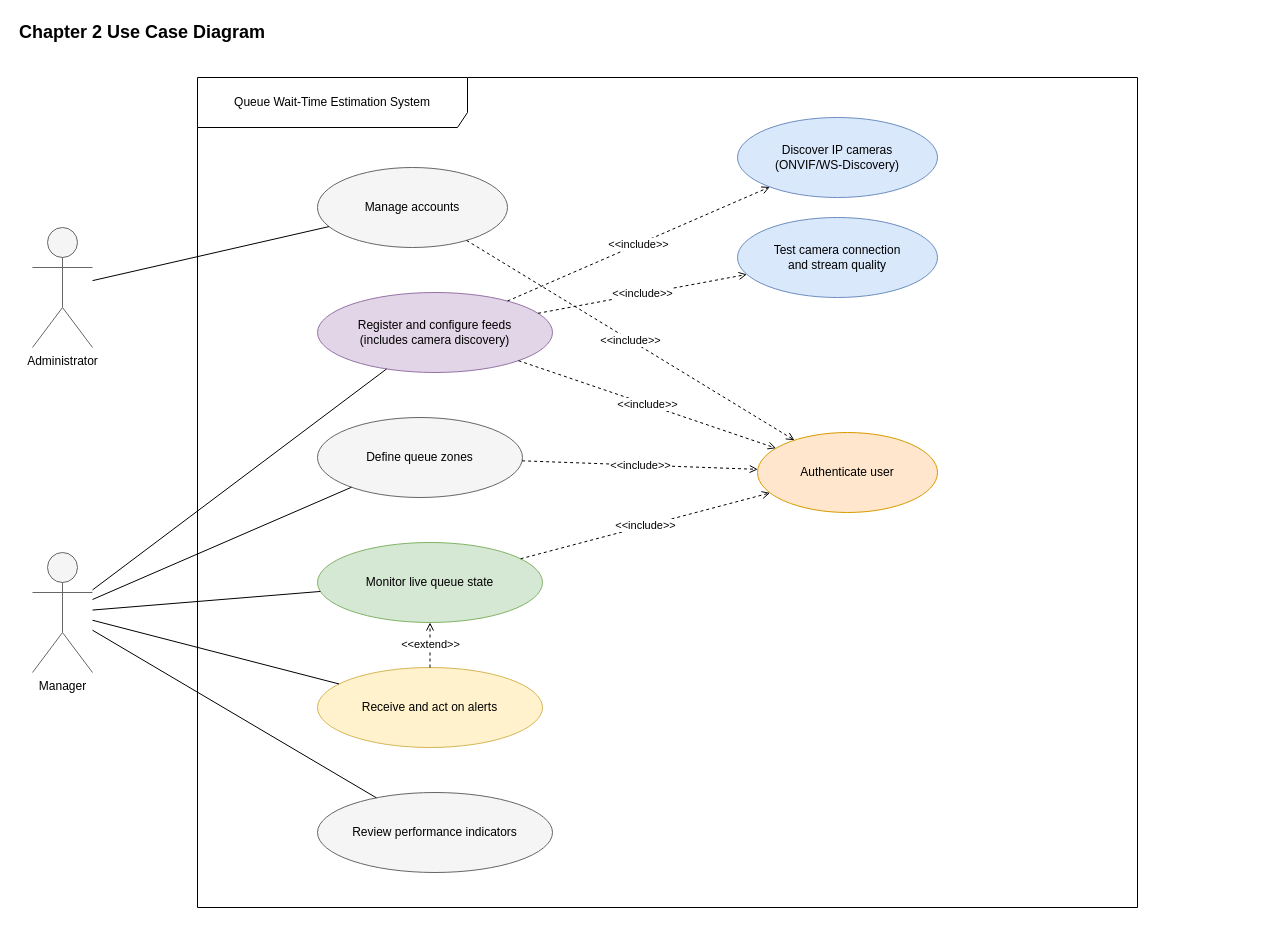
Before: report-latex/figures/drawio/chapter2_use_case.drawio in Salmen-BA21/Queue-Wait-Time-Estimation, a draw.io diagram. Source tidied: cells renumbered, new cells numbered last; positions are measured from the earlier drawing's top-left corner, leaving out a move shared by most shapes. Both pictures are drawn from the tidied source at 100%, with x=0, y=0 at pixel (17, 17).
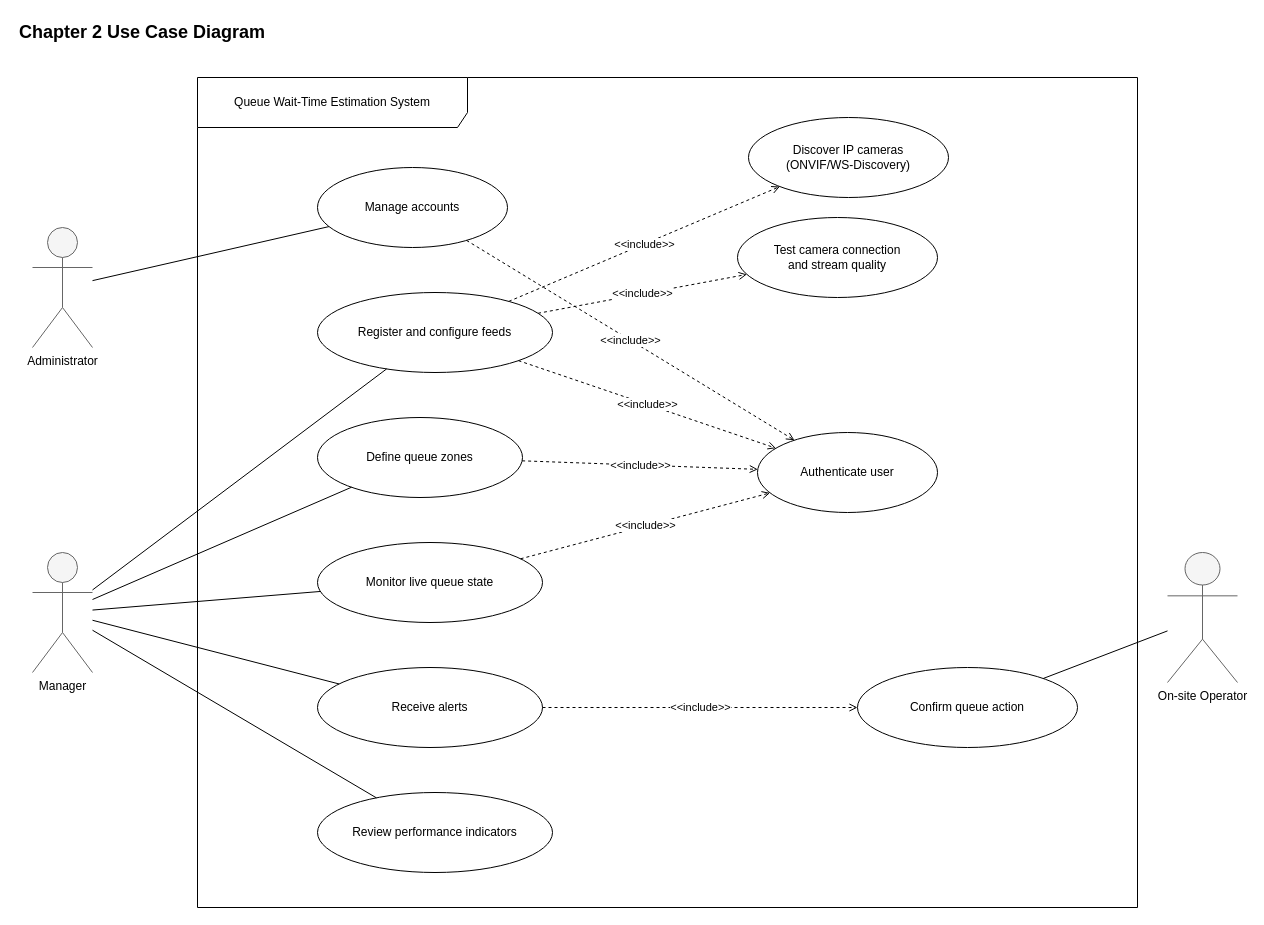
Above is the later version.

The change refers to these unchanged cells:
```xml
<mxCell id="5" value="Queue Wait-Time Estimation System" style="shape=umlFrame;whiteSpace=wrap;html=1;width=270;height=50;" parent="1" vertex="1">
  <mxGeometry x="180" y="60" width="940" height="830" as="geometry" />
</mxCell>
```

Change to the diagram source:
```diff
@@
-    <mxCell id="6" value="Manage accounts" style="ellipse;whiteSpace=wrap;html=1;fillColor=#f5f5f5;strokeColor=#666666;" parent="5" vertex="1">
+    <mxCell id="6" value="Manage accounts" style="ellipse;whiteSpace=wrap;html=1;" parent="5" vertex="1">
       <mxGeometry x="120" y="90" width="190" height="80" as="geometry" />
     </mxCell>
-    <mxCell id="7" value="Register and configure feeds&#10;(includes camera discovery)" style="ellipse;whiteSpace=wrap;html=1;fillColor=#e1d5e7;strokeColor=#9673a6;" parent="5" vertex="1">
+    <mxCell id="7" value="Register and configure feeds" style="ellipse;whiteSpace=wrap;html=1;" parent="5" vertex="1">
       <mxGeometry x="120" y="215" width="235" height="80" as="geometry" />
     </mxCell>
-    <mxCell id="8" value="Discover IP cameras&#10;(ONVIF/WS-Discovery)" style="ellipse;whiteSpace=wrap;html=1;fillColor=#dae8fc;strokeColor=#6c8ebf;" parent="5" vertex="1">
-      <mxGeometry x="540" y="40" width="200" height="80" as="geometry" />
+    <mxCell id="8" value="Discover IP cameras&#10;(ONVIF/WS-Discovery)" style="ellipse;whiteSpace=wrap;html=1;" parent="5" vertex="1">
+      <mxGeometry x="551" y="40" width="200" height="80" as="geometry" />
     </mxCell>
-    <mxCell id="9" value="Test camera connection&#10;and stream quality" style="ellipse;whiteSpace=wrap;html=1;fillColor=#dae8fc;strokeColor=#6c8ebf;" parent="5" vertex="1">
+    <mxCell id="9" value="Test camera connection&#10;and stream quality" style="ellipse;whiteSpace=wrap;html=1;" parent="5" vertex="1">
       <mxGeometry x="540" y="140" width="200" height="80" as="geometry" />
     </mxCell>
@@
-    <mxCell id="12" value="Define queue zones" style="ellipse;whiteSpace=wrap;html=1;fillColor=#f5f5f5;strokeColor=#666666;" parent="5" vertex="1">
+    <mxCell id="12" value="Define queue zones" style="ellipse;whiteSpace=wrap;html=1;" parent="5" vertex="1">
       <mxGeometry x="120" y="340" width="205" height="80" as="geometry" />
     </mxCell>
-    <mxCell id="13" value="Monitor live queue state" style="ellipse;whiteSpace=wrap;html=1;fillColor=#d5e8d4;strokeColor=#82b366;" parent="5" vertex="1">
+    <mxCell id="13" value="Monitor live queue state" style="ellipse;whiteSpace=wrap;html=1;" parent="5" vertex="1">
       <mxGeometry x="120" y="465" width="225" height="80" as="geometry" />
     </mxCell>
-    <mxCell id="14" value="Receive and act on alerts" style="ellipse;whiteSpace=wrap;html=1;fillColor=#fff2cc;strokeColor=#d6b656;" parent="5" vertex="1">
+    <mxCell id="14" value="Receive alerts" style="ellipse;whiteSpace=wrap;html=1;" parent="5" vertex="1">
       <mxGeometry x="120" y="590" width="225" height="80" as="geometry" />
     </mxCell>
-    <mxCell id="15" value="Review performance indicators" style="ellipse;whiteSpace=wrap;html=1;fillColor=#f5f5f5;strokeColor=#666666;" parent="5" vertex="1">
+    <mxCell id="15" value="Review performance indicators" style="ellipse;whiteSpace=wrap;html=1;" parent="5" vertex="1">
       <mxGeometry x="120" y="715" width="235" height="80" as="geometry" />
     </mxCell>
-    <mxCell id="16" value="Authenticate user" style="ellipse;whiteSpace=wrap;html=1;fillColor=#ffe6cc;strokeColor=#d79b00;" parent="5" vertex="1">
+    <mxCell id="16" value="Authenticate user" style="ellipse;whiteSpace=wrap;html=1;" parent="5" vertex="1">
       <mxGeometry x="560" y="355" width="180" height="80" as="geometry" />
     </mxCell>
@@
-    <mxCell id="21" value="&amp;lt;&amp;lt;extend&amp;gt;&amp;gt;" style="dashed=1;endArrow=open;endFill=0;html=1;rounded=0;" parent="5" edge="1" source="14" target="13">
-      <mxGeometry relative="1" as="geometry" />
-    </mxCell>
+    <mxCell id="28" value="Confirm queue action" style="ellipse;whiteSpace=wrap;html=1;" parent="5" vertex="1">
+      <mxGeometry x="660" y="590" width="220" height="80" as="geometry" />
+    </mxCell>
+    <mxCell id="29" value="&amp;lt;&amp;lt;include&amp;gt;&amp;gt;" style="dashed=1;endArrow=open;endFill=0;html=1;rounded=0;" parent="5" edge="1" source="14" target="28">
+      <mxGeometry relative="1" as="geometry" />
+    </mxCell>
@@
+    <mxCell id="30" value="On-site Operator" style="shape=umlActor;verticalLabelPosition=bottom;verticalAlign=top;html=1;fillColor=#f5f5f5;strokeColor=#666666;" parent="1" vertex="1">
+      <mxGeometry x="1150" y="535" width="70" height="130" as="geometry" />
+    </mxCell>
+    <mxCell id="31" style="rounded=0;jettySize=auto;html=1;endArrow=none;endFill=0;" parent="1" edge="1" source="30" target="28">
+      <mxGeometry relative="1" as="geometry" />
+    </mxCell>
```
